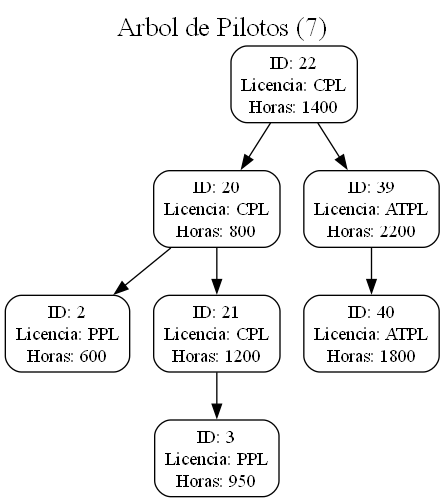
Earlier version of the Graphviz export src/arbol_pilotos.png (natstyles/202400111_EDD_Proyecto). Its source is kept beside it as src/arbol_pilotos.dot.
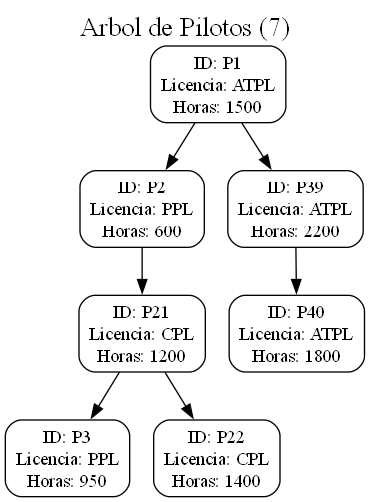
After the change.

Change to the diagram source:
```diff
@@ -3,17 +3,17 @@
 label="Arbol de Pilotos (7)";
 fontsize=20;
 node [shape=box, style=rounded];
-"22" [label="ID: 22\nLicencia: CPL\nHoras: 1400"];
-"22" -> "20";
-"22" -> "39";
-"20" [label="ID: 20\nLicencia: CPL\nHoras: 800"];
-"20" -> "2";
-"20" -> "21";
-"2" [label="ID: 2\nLicencia: PPL\nHoras: 600"];
-"21" [label="ID: 21\nLicencia: CPL\nHoras: 1200"];
-"21" -> "3";
-"3" [label="ID: 3\nLicencia: PPL\nHoras: 950"];
-"39" [label="ID: 39\nLicencia: ATPL\nHoras: 2200"];
-"39" -> "40";
-"40" [label="ID: 40\nLicencia: ATPL\nHoras: 1800"];
+n1 [label="ID: P1\nLicencia: ATPL\nHoras: 1500"];
+n1 -> n2;
+n1 -> n39;
+n2 [label="ID: P2\nLicencia: PPL\nHoras: 600"];
+n2 -> n21;
+n21 [label="ID: P21\nLicencia: CPL\nHoras: 1200"];
+n21 -> n3;
+n21 -> n22;
+n3 [label="ID: P3\nLicencia: PPL\nHoras: 950"];
+n22 [label="ID: P22\nLicencia: CPL\nHoras: 1400"];
+n39 [label="ID: P39\nLicencia: ATPL\nHoras: 2200"];
+n39 -> n40;
+n40 [label="ID: P40\nLicencia: ATPL\nHoras: 1800"];
 }
```
